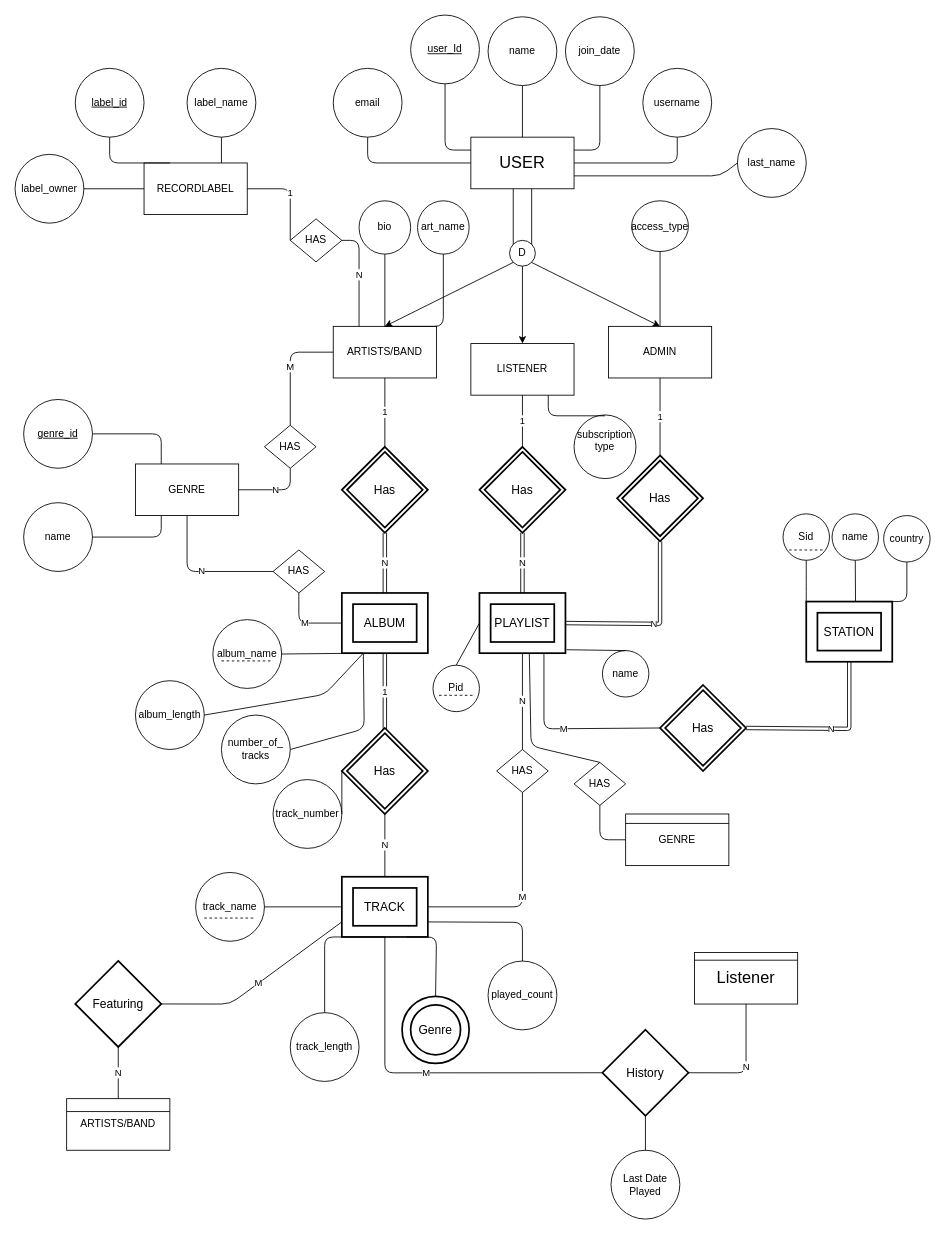
Arianshh/Music_Database keeps this draw.io diagram as Untitled Diagram.drawio. Above is the earlier version. Source tidied: cells renumbered, new cells numbered last; positions are measured from the earlier drawing's top-left corner, leaving out a move shared by most shapes. Both pictures are drawn from the tidied source at 86%, with x=0, y=0 at pixel (15, 15).
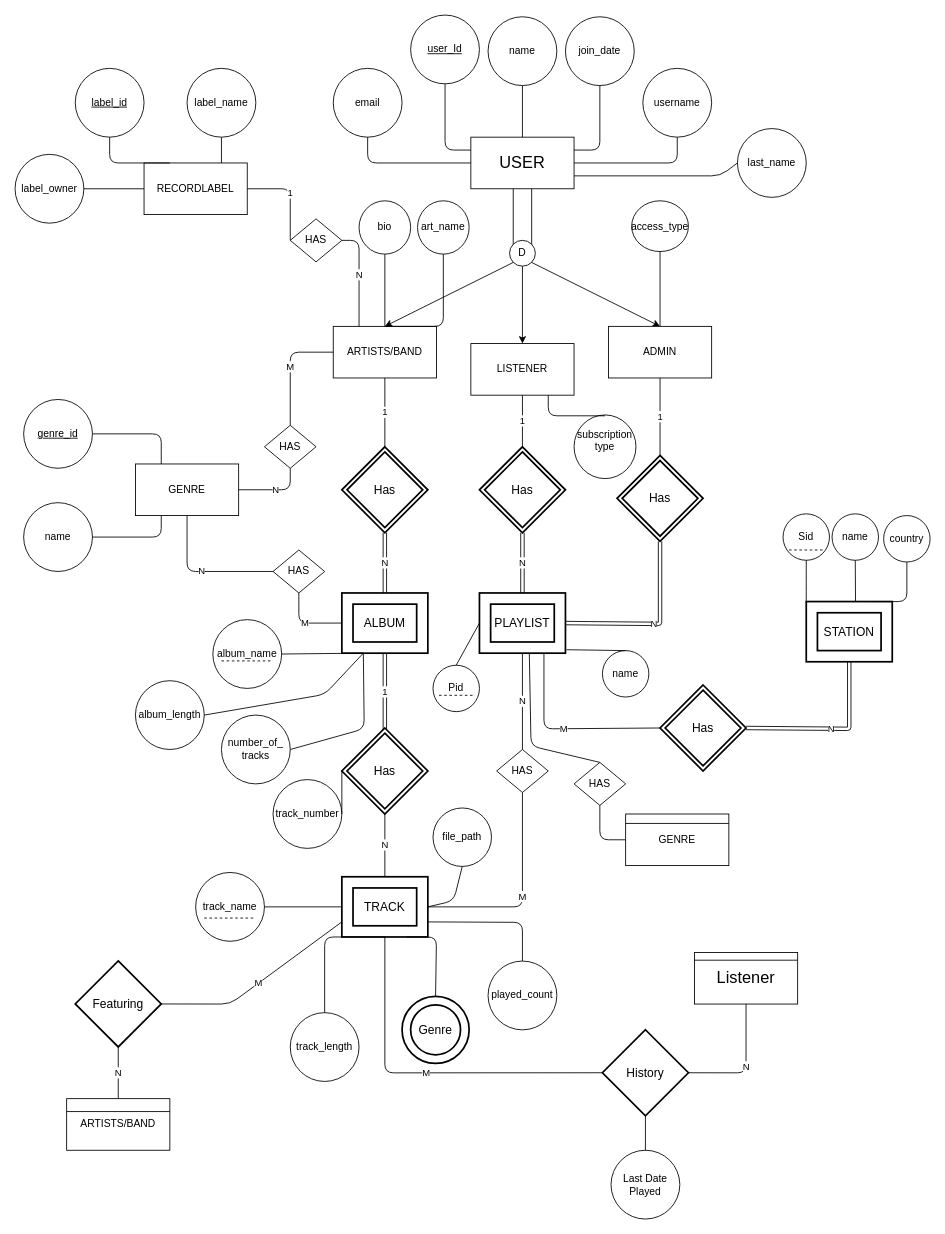
The same diagram, later.

Commit message:
Add file_path Attr to Track Entity

The change refers to these unchanged cells:
```xml
<mxCell id="17" value="TRACK" style="shape=ext;strokeWidth=2;margin=10;double=1;whiteSpace=wrap;html=1;align=center;fontSize=14;" parent="1" vertex="1">
  <mxGeometry x="380" y="1002" width="100" height="70" as="geometry" />
</mxCell>
```

Diff of the diagram source:
```diff
@@
+    <mxCell id="121" value="file_path" style="ellipse;whiteSpace=wrap;html=1;" parent="1" vertex="1">
+      <mxGeometry x="486" y="922" width="68" height="68" as="geometry" />
+    </mxCell>
+    <mxCell id="122" style="endArrow=none;html=1;entryX=0.5;entryY=1;entryDx=0;entryDy=0;exitX=1;exitY=0.5;exitDx=0;exitDy=0;" parent="1" edge="1" source="17" target="121">
+      <mxGeometry relative="1" as="geometry">
+        <Array as="points">
+          <mxPoint x="510" y="1030" />
+        </Array>
+      </mxGeometry>
+    </mxCell>
```
